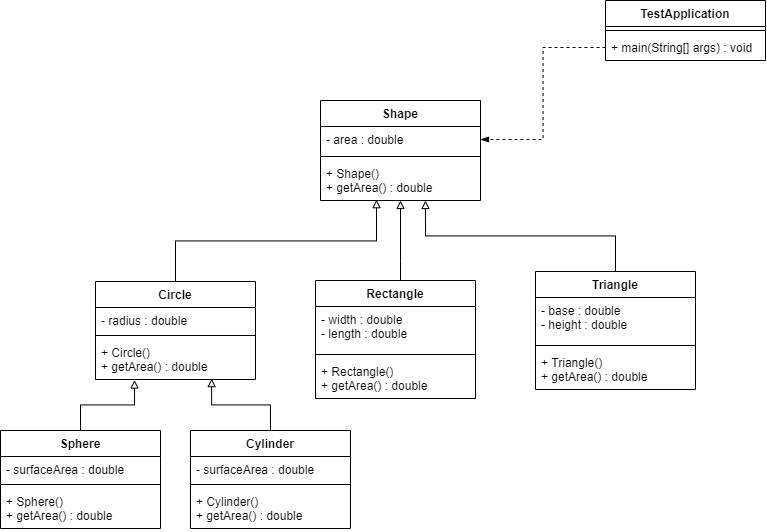
The draw.io diagram Overloading, Overriding/Page 228 Problem Solving Q5/UML.png in JunyaoC/OOP-Lab-2020, before a commit. Source tidied: cells renumbered, new cells last; positions are measured from the earlier drawing's top-left corner, leaving out a move shared by most shapes. Source of this version:
```xml
<mxGraphModel>
  <root>
    <mxCell id="0" />
    <mxCell id="1" parent="0" />
    <mxCell id="2" style="edgeStyle=orthogonalEdgeStyle;rounded=0;jettySize=auto;html=1;entryX=0.35;entryY=0.979;entryDx=0;entryDy=0;entryPerimeter=0;endArrow=block;endFill=0;" parent="1" edge="1" source="9" target="7">
      <mxGeometry relative="1" as="geometry" />
    </mxCell>
    <mxCell id="3" style="edgeStyle=orthogonalEdgeStyle;rounded=0;jettySize=auto;html=1;entryX=0.656;entryY=1;entryDx=0;entryDy=0;entryPerimeter=0;endArrow=block;endFill=0;" parent="1" edge="1" source="31" target="7">
      <mxGeometry relative="1" as="geometry" />
    </mxCell>
    <mxCell id="4" value="Shape" style="swimlane;fontStyle=1;align=center;verticalAlign=top;horizontal=1;startSize=26;" parent="1" vertex="1">
      <mxGeometry x="320" y="100" width="160" height="100" as="geometry" />
    </mxCell>
    <mxCell id="5" value="- area : double" style="text;strokeColor=none;fillColor=none;align=left;verticalAlign=top;spacingLeft=4;spacingRight=4;overflow=hidden;points=[[0,0.5],[1,0.5]];portConstraint=eastwest;" parent="4" vertex="1">
      <mxGeometry y="26" width="160" height="26" as="geometry" />
    </mxCell>
    <mxCell id="6" style="line;strokeWidth=1;fillColor=none;align=left;verticalAlign=middle;spacingTop=-1;spacingLeft=3;spacingRight=3;labelPosition=right;" parent="4" vertex="1">
      <mxGeometry y="52" width="160" height="8" as="geometry" />
    </mxCell>
    <mxCell id="7" value="+ Shape()&#10;+ getArea() : double" style="text;strokeColor=none;fillColor=none;align=left;verticalAlign=top;spacingLeft=4;spacingRight=4;overflow=hidden;points=[[0,0.5],[1,0.5]];portConstraint=eastwest;" parent="4" vertex="1">
      <mxGeometry y="60" width="160" height="40" as="geometry" />
    </mxCell>
    <mxCell id="8" style="edgeStyle=orthogonalEdgeStyle;rounded=0;jettySize=auto;html=1;entryX=0.5;entryY=1;entryDx=0;entryDy=0;entryPerimeter=0;endArrow=block;endFill=0;" parent="1" edge="1" source="13" target="7">
      <mxGeometry relative="1" as="geometry">
        <Array as="points">
          <mxPoint x="400" y="260" />
          <mxPoint x="400" y="260" />
        </Array>
      </mxGeometry>
    </mxCell>
    <mxCell id="9" value="Circle" style="swimlane;fontStyle=1;align=center;verticalAlign=top;horizontal=1;startSize=26;" parent="1" vertex="1">
      <mxGeometry x="95" y="281" width="160" height="98" as="geometry" />
    </mxCell>
    <mxCell id="10" value="- radius : double&#10;" style="text;strokeColor=none;fillColor=none;align=left;verticalAlign=top;spacingLeft=4;spacingRight=4;overflow=hidden;" parent="9" vertex="1">
      <mxGeometry y="26" width="160" height="24" as="geometry" />
    </mxCell>
    <mxCell id="11" style="line;strokeWidth=1;fillColor=none;align=left;verticalAlign=middle;spacingTop=-1;spacingLeft=3;spacingRight=3;labelPosition=right;" parent="9" vertex="1">
      <mxGeometry y="50" width="160" height="8" as="geometry" />
    </mxCell>
    <mxCell id="12" value="+ Circle()&#10;+ getArea() : double" style="text;strokeColor=none;fillColor=none;align=left;verticalAlign=top;spacingLeft=4;spacingRight=4;overflow=hidden;points=[[0,0.5],[1,0.5]];portConstraint=eastwest;" parent="9" vertex="1">
      <mxGeometry y="58" width="160" height="40" as="geometry" />
    </mxCell>
    <mxCell id="13" value="Rectangle" style="swimlane;fontStyle=1;align=center;verticalAlign=top;horizontal=1;startSize=26;" parent="1" vertex="1">
      <mxGeometry x="315" y="280" width="160" height="118" as="geometry" />
    </mxCell>
    <mxCell id="14" value="- width : double&#10;- length : double&#10;" style="text;strokeColor=none;fillColor=none;align=left;verticalAlign=top;spacingLeft=4;spacingRight=4;overflow=hidden;" parent="13" vertex="1">
      <mxGeometry y="26" width="160" height="44" as="geometry" />
    </mxCell>
    <mxCell id="15" style="line;strokeWidth=1;fillColor=none;align=left;verticalAlign=middle;spacingTop=-1;spacingLeft=3;spacingRight=3;labelPosition=right;" parent="13" vertex="1">
      <mxGeometry y="70" width="160" height="8" as="geometry" />
    </mxCell>
    <mxCell id="16" value="+ Rectangle()&#10;+ getArea() : double" style="text;strokeColor=none;fillColor=none;align=left;verticalAlign=top;spacingLeft=4;spacingRight=4;overflow=hidden;" parent="13" vertex="1">
      <mxGeometry y="78" width="160" height="40" as="geometry" />
    </mxCell>
    <mxCell id="17" style="edgeStyle=orthogonalEdgeStyle;rounded=0;jettySize=auto;html=1;entryX=0.244;entryY=1.013;entryDx=0;entryDy=0;entryPerimeter=0;endArrow=block;endFill=0;" parent="1" edge="1" source="18" target="12">
      <mxGeometry relative="1" as="geometry" />
    </mxCell>
    <mxCell id="18" value="Sphere" style="swimlane;fontStyle=1;align=center;verticalAlign=top;horizontal=1;startSize=26;" parent="1" vertex="1">
      <mxGeometry y="430" width="160" height="98" as="geometry" />
    </mxCell>
    <mxCell id="19" value="- surfaceArea : double" style="text;strokeColor=none;fillColor=none;align=left;verticalAlign=top;spacingLeft=4;spacingRight=4;overflow=hidden;" parent="18" vertex="1">
      <mxGeometry y="26" width="160" height="24" as="geometry" />
    </mxCell>
    <mxCell id="20" style="line;strokeWidth=1;fillColor=none;align=left;verticalAlign=middle;spacingTop=-1;spacingLeft=3;spacingRight=3;labelPosition=right;" parent="18" vertex="1">
      <mxGeometry y="50" width="160" height="8" as="geometry" />
    </mxCell>
    <mxCell id="21" value="+ Sphere()&#10;+ getArea() : double" style="text;strokeColor=none;fillColor=none;align=left;verticalAlign=top;spacingLeft=4;spacingRight=4;overflow=hidden;" parent="18" vertex="1">
      <mxGeometry y="58" width="160" height="40" as="geometry" />
    </mxCell>
    <mxCell id="22" style="edgeStyle=orthogonalEdgeStyle;rounded=0;jettySize=auto;html=1;entryX=0.726;entryY=0.978;entryDx=0;entryDy=0;entryPerimeter=0;endArrow=block;endFill=0;" parent="1" edge="1" source="23" target="12">
      <mxGeometry relative="1" as="geometry" />
    </mxCell>
    <mxCell id="23" value="Cylinder" style="swimlane;fontStyle=1;align=center;verticalAlign=top;horizontal=1;startSize=26;" parent="1" vertex="1">
      <mxGeometry x="190" y="430" width="160" height="98" as="geometry" />
    </mxCell>
    <mxCell id="24" value="- surfaceArea : double" style="text;strokeColor=none;fillColor=none;align=left;verticalAlign=top;spacingLeft=4;spacingRight=4;overflow=hidden;" parent="23" vertex="1">
      <mxGeometry y="26" width="160" height="24" as="geometry" />
    </mxCell>
    <mxCell id="25" style="line;strokeWidth=1;fillColor=none;align=left;verticalAlign=middle;spacingTop=-1;spacingLeft=3;spacingRight=3;labelPosition=right;" parent="23" vertex="1">
      <mxGeometry y="50" width="160" height="8" as="geometry" />
    </mxCell>
    <mxCell id="26" value="+ Cylinder()&#10;+ getArea() : double" style="text;strokeColor=none;fillColor=none;align=left;verticalAlign=top;spacingLeft=4;spacingRight=4;overflow=hidden;" parent="23" vertex="1">
      <mxGeometry y="58" width="160" height="40" as="geometry" />
    </mxCell>
    <mxCell id="27" style="edgeStyle=orthogonalEdgeStyle;rounded=0;jettySize=auto;html=1;endArrow=blockThin;endFill=1;dashed=1;" parent="1" edge="1" source="30" target="5">
      <mxGeometry relative="1" as="geometry" />
    </mxCell>
    <mxCell id="28" value="TestApplication" style="swimlane;fontStyle=1;align=center;verticalAlign=top;horizontal=1;startSize=26;" parent="1" vertex="1">
      <mxGeometry x="605" width="160" height="60" as="geometry" />
    </mxCell>
    <mxCell id="29" style="line;strokeWidth=1;fillColor=none;align=left;verticalAlign=middle;spacingTop=-1;spacingLeft=3;spacingRight=3;labelPosition=right;" parent="28" vertex="1">
      <mxGeometry y="26" width="160" height="8" as="geometry" />
    </mxCell>
    <mxCell id="30" value="+ main(String[] args) : void" style="text;strokeColor=none;fillColor=none;align=left;verticalAlign=top;spacingLeft=4;spacingRight=4;overflow=hidden;points=[[0,0.5],[1,0.5]];portConstraint=eastwest;" parent="28" vertex="1">
      <mxGeometry y="34" width="160" height="26" as="geometry" />
    </mxCell>
    <mxCell id="31" value="Triangle" style="swimlane;fontStyle=1;align=center;verticalAlign=top;horizontal=1;startSize=26;" parent="1" vertex="1">
      <mxGeometry x="535" y="271" width="160" height="118" as="geometry" />
    </mxCell>
    <mxCell id="32" value="- base : double&#10;- height : double&#10;" style="text;strokeColor=none;fillColor=none;align=left;verticalAlign=top;spacingLeft=4;spacingRight=4;overflow=hidden;" parent="31" vertex="1">
      <mxGeometry y="26" width="160" height="44" as="geometry" />
    </mxCell>
    <mxCell id="33" style="line;strokeWidth=1;fillColor=none;align=left;verticalAlign=middle;spacingTop=-1;spacingLeft=3;spacingRight=3;labelPosition=right;" parent="31" vertex="1">
      <mxGeometry y="70" width="160" height="8" as="geometry" />
    </mxCell>
    <mxCell id="34" value="+ Triangle()&#10;+ getArea() : double" style="text;strokeColor=none;fillColor=none;align=left;verticalAlign=top;spacingLeft=4;spacingRight=4;overflow=hidden;" parent="31" vertex="1">
      <mxGeometry y="78" width="160" height="40" as="geometry" />
    </mxCell>
  </root>
</mxGraphModel>
```
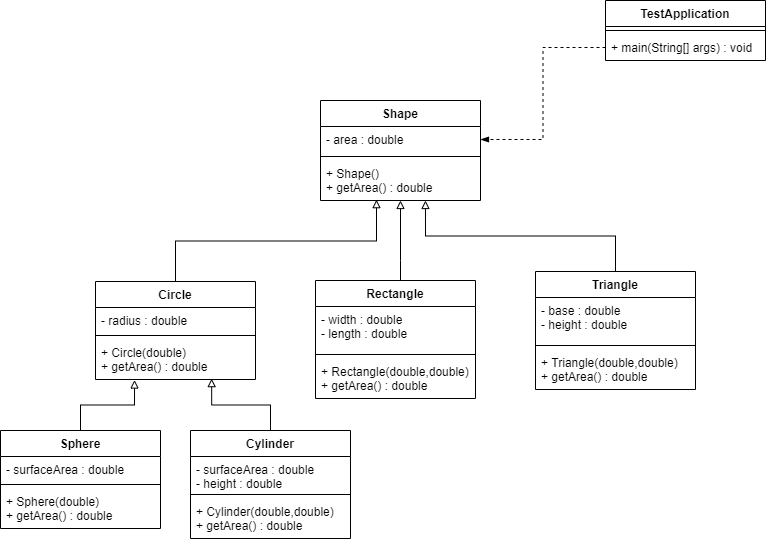
The same file after the commit.

Change to the diagram source:
```diff
@@ -37,7 +37,7 @@
     <mxCell id="11" style="line;strokeWidth=1;fillColor=none;align=left;verticalAlign=middle;spacingTop=-1;spacingLeft=3;spacingRight=3;labelPosition=right;" parent="9" vertex="1">
       <mxGeometry y="50" width="160" height="8" as="geometry" />
     </mxCell>
-    <mxCell id="12" value="+ Circle()&#10;+ getArea() : double" style="text;strokeColor=none;fillColor=none;align=left;verticalAlign=top;spacingLeft=4;spacingRight=4;overflow=hidden;points=[[0,0.5],[1,0.5]];portConstraint=eastwest;" parent="9" vertex="1">
+    <mxCell id="12" value="+ Circle(double)&#10;+ getArea() : double" style="text;strokeColor=none;fillColor=none;align=left;verticalAlign=top;spacingLeft=4;spacingRight=4;overflow=hidden;points=[[0,0.5],[1,0.5]];portConstraint=eastwest;" parent="9" vertex="1">
       <mxGeometry y="58" width="160" height="40" as="geometry" />
     </mxCell>
     <mxCell id="13" value="Rectangle" style="swimlane;fontStyle=1;align=center;verticalAlign=top;horizontal=1;startSize=26;" parent="1" vertex="1">
@@ -49,7 +49,7 @@
     <mxCell id="15" style="line;strokeWidth=1;fillColor=none;align=left;verticalAlign=middle;spacingTop=-1;spacingLeft=3;spacingRight=3;labelPosition=right;" parent="13" vertex="1">
       <mxGeometry y="70" width="160" height="8" as="geometry" />
     </mxCell>
-    <mxCell id="16" value="+ Rectangle()&#10;+ getArea() : double" style="text;strokeColor=none;fillColor=none;align=left;verticalAlign=top;spacingLeft=4;spacingRight=4;overflow=hidden;" parent="13" vertex="1">
+    <mxCell id="16" value="+ Rectangle(double,double)&#10;+ getArea() : double" style="text;strokeColor=none;fillColor=none;align=left;verticalAlign=top;spacingLeft=4;spacingRight=4;overflow=hidden;" parent="13" vertex="1">
       <mxGeometry y="78" width="160" height="40" as="geometry" />
     </mxCell>
     <mxCell id="17" style="edgeStyle=orthogonalEdgeStyle;rounded=0;jettySize=auto;html=1;entryX=0.244;entryY=1.013;entryDx=0;entryDy=0;entryPerimeter=0;endArrow=block;endFill=0;" parent="1" edge="1" source="18" target="12">
@@ -64,23 +64,23 @@
     <mxCell id="20" style="line;strokeWidth=1;fillColor=none;align=left;verticalAlign=middle;spacingTop=-1;spacingLeft=3;spacingRight=3;labelPosition=right;" parent="18" vertex="1">
       <mxGeometry y="50" width="160" height="8" as="geometry" />
     </mxCell>
-    <mxCell id="21" value="+ Sphere()&#10;+ getArea() : double" style="text;strokeColor=none;fillColor=none;align=left;verticalAlign=top;spacingLeft=4;spacingRight=4;overflow=hidden;" parent="18" vertex="1">
+    <mxCell id="21" value="+ Sphere(double)&#10;+ getArea() : double" style="text;strokeColor=none;fillColor=none;align=left;verticalAlign=top;spacingLeft=4;spacingRight=4;overflow=hidden;" parent="18" vertex="1">
       <mxGeometry y="58" width="160" height="40" as="geometry" />
     </mxCell>
     <mxCell id="22" style="edgeStyle=orthogonalEdgeStyle;rounded=0;jettySize=auto;html=1;entryX=0.726;entryY=0.978;entryDx=0;entryDy=0;entryPerimeter=0;endArrow=block;endFill=0;" parent="1" edge="1" source="23" target="12">
       <mxGeometry relative="1" as="geometry" />
     </mxCell>
     <mxCell id="23" value="Cylinder" style="swimlane;fontStyle=1;align=center;verticalAlign=top;horizontal=1;startSize=26;" parent="1" vertex="1">
-      <mxGeometry x="190" y="430" width="160" height="98" as="geometry" />
+      <mxGeometry x="190" y="430" width="160" height="108" as="geometry" />
     </mxCell>
-    <mxCell id="24" value="- surfaceArea : double" style="text;strokeColor=none;fillColor=none;align=left;verticalAlign=top;spacingLeft=4;spacingRight=4;overflow=hidden;" parent="23" vertex="1">
-      <mxGeometry y="26" width="160" height="24" as="geometry" />
+    <mxCell id="24" value="- surfaceArea : double&#10;- height : double" style="text;strokeColor=none;fillColor=none;align=left;verticalAlign=top;spacingLeft=4;spacingRight=4;overflow=hidden;" parent="23" vertex="1">
+      <mxGeometry y="26" width="160" height="34" as="geometry" />
     </mxCell>
     <mxCell id="25" style="line;strokeWidth=1;fillColor=none;align=left;verticalAlign=middle;spacingTop=-1;spacingLeft=3;spacingRight=3;labelPosition=right;" parent="23" vertex="1">
-      <mxGeometry y="50" width="160" height="8" as="geometry" />
+      <mxGeometry y="60" width="160" height="8" as="geometry" />
     </mxCell>
-    <mxCell id="26" value="+ Cylinder()&#10;+ getArea() : double" style="text;strokeColor=none;fillColor=none;align=left;verticalAlign=top;spacingLeft=4;spacingRight=4;overflow=hidden;" parent="23" vertex="1">
-      <mxGeometry y="58" width="160" height="40" as="geometry" />
+    <mxCell id="26" value="+ Cylinder(double,double)&#10;+ getArea() : double" style="text;strokeColor=none;fillColor=none;align=left;verticalAlign=top;spacingLeft=4;spacingRight=4;overflow=hidden;" parent="23" vertex="1">
+      <mxGeometry y="68" width="160" height="40" as="geometry" />
     </mxCell>
     <mxCell id="27" style="edgeStyle=orthogonalEdgeStyle;rounded=0;jettySize=auto;html=1;endArrow=blockThin;endFill=1;dashed=1;" parent="1" edge="1" source="30" target="5">
       <mxGeometry relative="1" as="geometry" />
@@ -103,7 +103,7 @@
     <mxCell id="33" style="line;strokeWidth=1;fillColor=none;align=left;verticalAlign=middle;spacingTop=-1;spacingLeft=3;spacingRight=3;labelPosition=right;" parent="31" vertex="1">
       <mxGeometry y="70" width="160" height="8" as="geometry" />
     </mxCell>
-    <mxCell id="34" value="+ Triangle()&#10;+ getArea() : double" style="text;strokeColor=none;fillColor=none;align=left;verticalAlign=top;spacingLeft=4;spacingRight=4;overflow=hidden;" parent="31" vertex="1">
+    <mxCell id="34" value="+ Triangle(double,double)&#10;+ getArea() : double" style="text;strokeColor=none;fillColor=none;align=left;verticalAlign=top;spacingLeft=4;spacingRight=4;overflow=hidden;" parent="31" vertex="1">
       <mxGeometry y="78" width="160" height="40" as="geometry" />
     </mxCell>
   </root>
```
